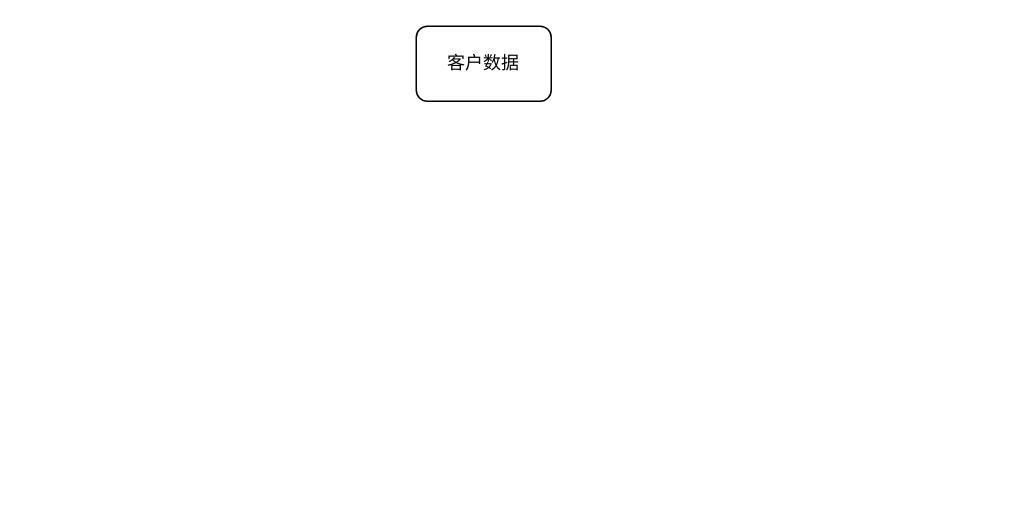
gongyao1992/draw keeps this draw.io diagram as 数据分析-客户数据.drawio. Above is the earlier version. Source tidied: cells renumbered, new cells numbered last; positions are measured from the earlier drawing's top-left corner, leaving out a move shared by most shapes. Both pictures are drawn from the tidied source at 150%, with x=0, y=0 at pixel (416, 26).
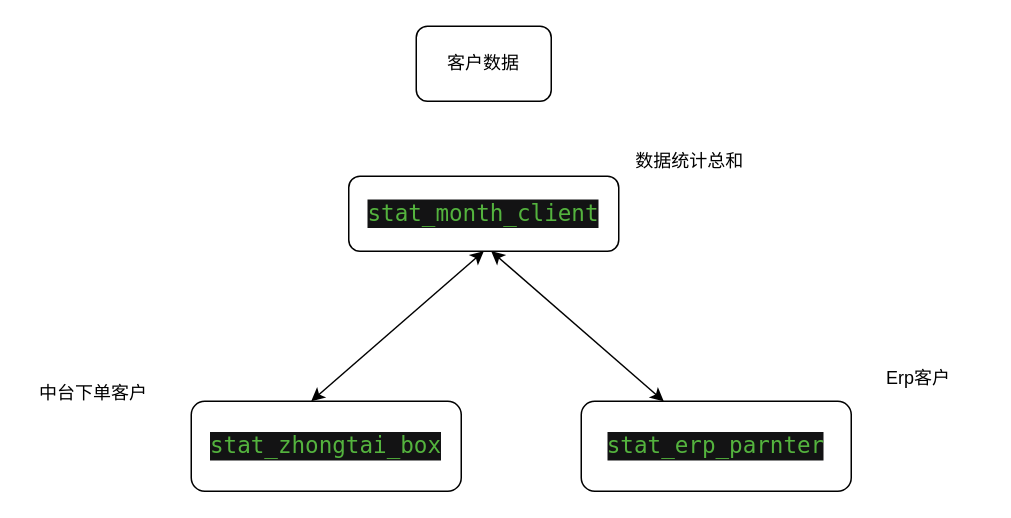
Above is the later version.

Commit message (it also covers changes not shown here):
更新数据分析-客户数据.drawio

What changed in the source:
```diff
@@
 <mxGraphModel>
   <root>
     <mxCell id="0" />
     <mxCell id="1" parent="0" />
     <mxCell id="2" value="客户数据" style="rounded=1;whiteSpace=wrap;html=1;" parent="1" vertex="1">
       <mxGeometry width="90" height="50" as="geometry" />
     </mxCell>
+    <mxCell id="3" value="&lt;pre style=&quot;background-color: #131314 ; color: #ebebeb ; font-family: &amp;#34;monaco&amp;#34; , monospace ; font-size: 11.3pt&quot;&gt;&lt;span style=&quot;color: #54b33e&quot;&gt;stat_month_client&lt;/span&gt;&lt;/pre&gt;" style="rounded=1;whiteSpace=wrap;html=1;" parent="1" vertex="1">
+      <mxGeometry x="-45" y="100" width="180" height="50" as="geometry" />
+    </mxCell>
+    <mxCell id="4" value="&lt;pre style=&quot;background-color: #131314 ; color: #ebebeb ; font-family: &amp;#34;monaco&amp;#34; , monospace ; font-size: 11.3pt&quot;&gt;&lt;span style=&quot;color: #54b33e&quot;&gt;stat_zhongtai_box&lt;/span&gt;&lt;/pre&gt;" style="rounded=1;whiteSpace=wrap;html=1;" parent="1" vertex="1">
+      <mxGeometry x="-150" y="250" width="180" height="60" as="geometry" />
+    </mxCell>
+    <mxCell id="5" value="&lt;pre style=&quot;background-color: #131314 ; color: #ebebeb ; font-family: &amp;#34;monaco&amp;#34; , monospace ; font-size: 11.3pt&quot;&gt;&lt;pre style=&quot;font-family: &amp;#34;monaco&amp;#34; , monospace ; font-size: 11.3pt&quot;&gt;&lt;span style=&quot;color: #54b33e&quot;&gt;stat_erp_parnter&lt;/span&gt;&lt;/pre&gt;&lt;/pre&gt;" style="rounded=1;whiteSpace=wrap;html=1;" parent="1" vertex="1">
+      <mxGeometry x="110" y="250" width="180" height="60" as="geometry" />
+    </mxCell>
+    <mxCell id="6" style="endArrow=classic;startArrow=classic;html=1;entryX=0.5;entryY=1;entryDx=0;entryDy=0;" parent="1" edge="1" target="3">
+      <mxGeometry relative="1" as="geometry">
+        <mxPoint x="-70" y="250" as="sourcePoint" />
+      </mxGeometry>
+    </mxCell>
+    <mxCell id="7" style="endArrow=classic;startArrow=classic;html=1;entryX=0.5;entryY=1;entryDx=0;entryDy=0;" parent="1" edge="1">
+      <mxGeometry relative="1" as="geometry">
+        <mxPoint x="165" y="250" as="sourcePoint" />
+        <mxPoint x="50" y="150" as="targetPoint" />
+      </mxGeometry>
+    </mxCell>
+    <mxCell id="8" value="数据统计总和" style="text;html=1;strokeColor=none;fillColor=none;align=center;verticalAlign=middle;whiteSpace=wrap;rounded=0;" parent="1" vertex="1">
+      <mxGeometry x="135" y="80" width="95" height="20" as="geometry" />
+    </mxCell>
+    <mxCell id="9" value="中台下单客户" style="text;html=1;strokeColor=none;fillColor=none;align=center;verticalAlign=middle;whiteSpace=wrap;rounded=0;" parent="1" vertex="1">
+      <mxGeometry x="-260" y="230" width="90" height="30" as="geometry" />
+    </mxCell>
+    <mxCell id="10" value="Erp客户" style="text;html=1;strokeColor=none;fillColor=none;align=center;verticalAlign=middle;whiteSpace=wrap;rounded=0;" parent="1" vertex="1">
+      <mxGeometry x="290" y="220" width="90" height="30" as="geometry" />
+    </mxCell>
   </root>
 </mxGraphModel>
```
